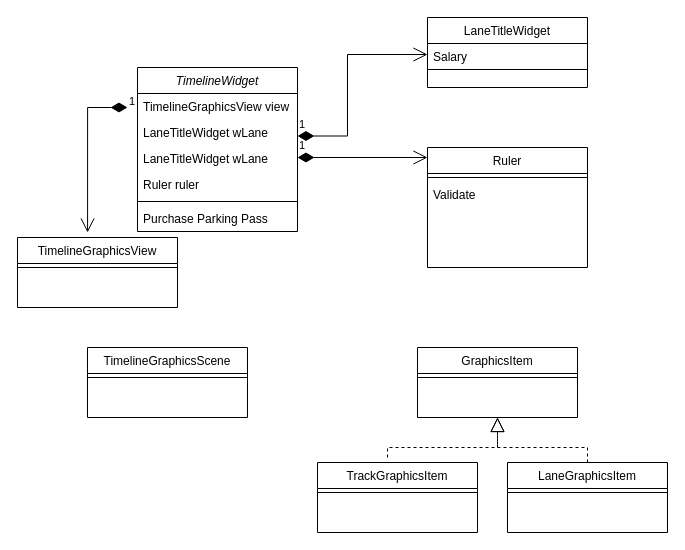
Before: Timeline.drawio in yanhj/DrawIO, a draw.io diagram. Source tidied: cells renumbered, new cells numbered last; positions are measured from the earlier drawing's top-left corner, leaving out a move shared by most shapes. Both pictures are drawn from the tidied source at 100%, with x=0, y=0 at pixel (17, 17).
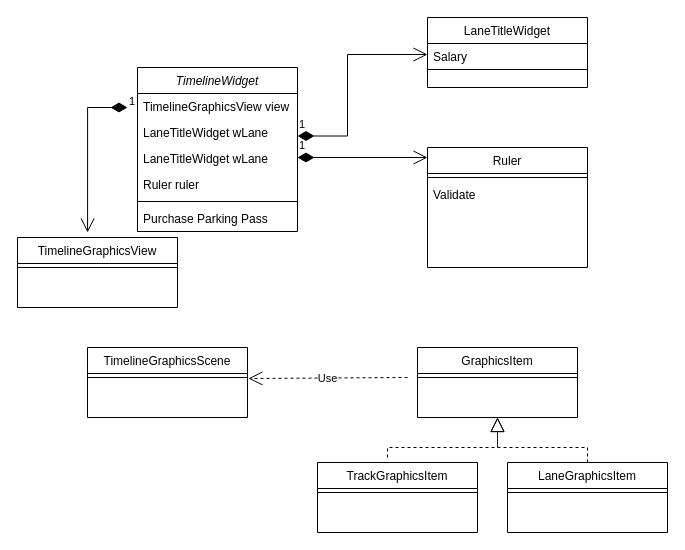
The same diagram, later.

Unchanged cells that the change refers to:
```xml
<mxCell id="21" style="line;html=1;strokeWidth=1;align=left;verticalAlign=middle;spacingTop=-1;spacingLeft=3;spacingRight=3;labelPosition=right;points=[];portConstraint=eastwest;" parent="20" vertex="1">
  <mxGeometry y="26" width="160" height="8" as="geometry" />
</mxCell>
```

Diff of the diagram source:
```diff
@@
+    <mxCell id="30" value="Use" style="endArrow=open;endSize=12;dashed=1;html=1;rounded=0;entryX=1.006;entryY=0.625;entryDx=0;entryDy=0;entryPerimeter=0;" parent="1" edge="1" target="21">
+      <mxGeometry relative="1" as="geometry">
+        <mxPoint x="390" y="360" as="sourcePoint" />
+      </mxGeometry>
+    </mxCell>
```
